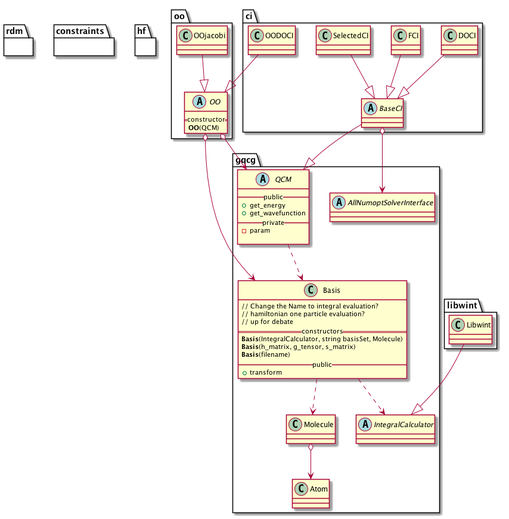
The PlantUML diagram docs/gqcg_UML_diagram.png in GQCG/GQCP, before a commit.
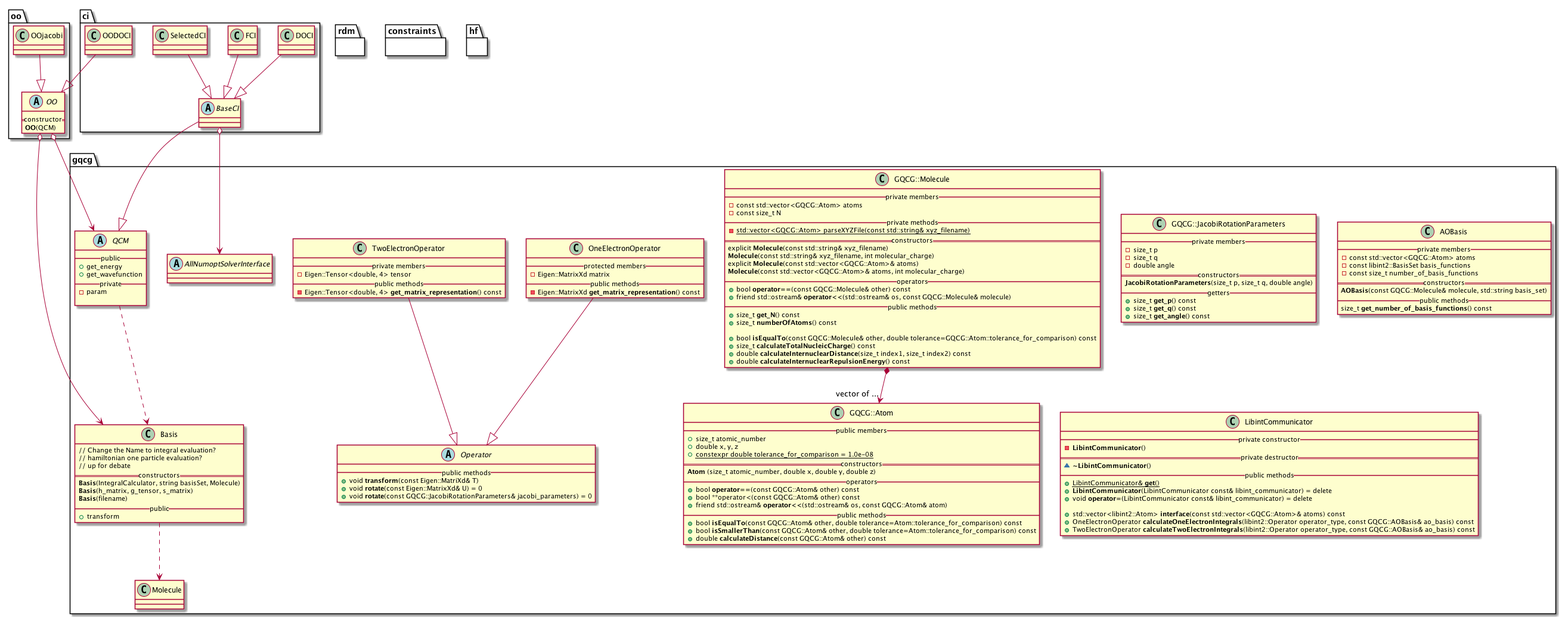
Later version of the same file.

What changed in the source:
```diff
@@ -2,9 +2,113 @@
 
 namespace gqcg {
 
-    class Atom
-    class Molecule
-    abstract class IntegralCalculator
+    class GQCG::Atom {
+        __ public members __
+            + size_t atomic_number
+            + double x, y, z
+            + {static} constexpr double tolerance_for_comparison = 1.0e-08
+        == constructors ==
+            **Atom** (size_t atomic_number, double x, double y, double z)
+        __ operators __
+            + bool **operator==**(const GQCG::Atom& other) const
+            + bool **operator<(const GQCG::Atom& other) const
+            + friend std::ostream& **operator<<**(std::ostream& os, const GQCG::Atom& atom)
+        __ public methods __
+            + bool **isEqualTo**(const GQCG::Atom& other, double tolerance=Atom::tolerance_for_comparison) const
+            + bool **isSmallerThan**(const GQCG::Atom& other, double tolerance=Atom::tolerance_for_comparison) const
+            + double **calculateDistance**(const GQCG::Atom& other) const
+    }
+
+    GQCG::Molecule *--> "vector of ..." GQCG::Atom
+    class GQCG::Molecule {
+        __ private members __
+            - const std::vector<GQCG::Atom> atoms
+            - const size_t N
+        __ private methods __
+            - {static} std::vector<GQCG::Atom> parseXYZFile(const std::string& xyz_filename)
+        == constructors ==
+            explicit **Molecule**(const std::string& xyz_filename)
+            **Molecule**(const std::string& xyz_filename, int molecular_charge)
+            explicit **Molecule**(const std::vector<GQCG::Atom>& atoms)
+            **Molecule**(const std::vector<GQCG::Atom>& atoms, int molecular_charge)
+        __ operators __
+            + bool **operator==**(const GQCG::Molecule& other) const
+            + friend std::ostream& **operator<<**(std::ostream& os, const GQCG::Molecule& molecule)
+        __ public methods __
+            + size_t **get_N**() const
+            + size_t **numberOfAtoms**() const
+
+            + bool **isEqualTo**(const GQCG::Molecule& other, double tolerance=GQCG::Atom::tolerance_for_comparison) const
+            + size_t **calculateTotalNucleicCharge**() const
+            + double **calculateInternuclearDistance**(size_t index1, size_t index2) const
+            + double **calculateInternuclearRepulsionEnergy**() const
+    }
+
+
+    class GQCG::JacobiRotationParameters {
+        __ private members __
+            - size_t p
+            - size_t q
+            - double angle
+        == constructors ==
+            **JacobiRotationParameters**(size_t p, size_t q, double angle)
+        __ getters __
+            + size_t **get_p**() const
+            + size_t **get_q**() const
+            + size_t **get_angle**() const
+    }
+
+
+    abstract class Operator {
+        __ public methods __
+            + void **transform**(const Eigen::MatriXd& T)
+            + void **rotate**(const Eigen::MatrixXd& U) = 0
+            + void **rotate**(const GQCG::JacobiRotationParameters& jacobi_parameters) = 0
+    }
+
+    OneElectronOperator --|> Operator
+    class OneElectronOperator {
+        __ protected members __
+            - Eigen::MatrixXd matrix
+        __ public methods __
+            - Eigen::MatrixXd **get_matrix_representation**() const
+    }
+
+    TwoElectronOperator --|> Operator
+    class TwoElectronOperator {
+        __ private members __
+            - Eigen::Tensor<double, 4> tensor
+        __ public methods __
+            - Eigen::Tensor<double, 4> **get_matrix_representation**() const
+    }
+
+    class AOBasis {
+        __ private members __
+            - const std::vector<GQCG::Atom> atoms
+            - const libint2::BasisSet basis_functions
+            - const size_t number_of_basis_functions
+        == constructors ==
+            **AOBasis**(const GQCG::Molecule& molecule, std::string basis_set)
+        __ public methods __
+            size_t **get_number_of_basis_functions**() const
+    }
+
+    class LibintCommunicator {
+        __ private constructor __
+            - **LibintCommunicator**()
+        == private destructor ==
+            ~ **~LibintCommunicator**()
+        __ public methods __
+            + {static} LibintCommunicator& **get**()
+            + **LibintCommunicator**(LibintCommunicator const& libint_communicator) = delete
+            + void **operator=**(LibintCommunicator const& libint_communicator) = delete
+
+            + std::vector<libint2::Atom> **interface**(const std::vector<GQCG::Atom>& atoms) const
+            + OneElectronOperator **calculateOneElectronIntegrals**(libint2::Operator operator_type, const GQCG::AOBasis& ao_basis) const
+            + TwoElectronOperator **calculateTwoElectronIntegrals**(libint2::Operator operator_type, const GQCG::AOBasis& ao_basis) const
+    }
+
+
     class Basis {
         // Change the Name to integral evaluation?
         // hamiltonian one particle evaluation?
@@ -27,21 +131,13 @@
     }
 
     abstract AllNumoptSolverInterface
+    gqcg.Basis ..> gqcg.Molecule
 
-    gqcg.Basis ..> gqcg.IntegralCalculator
-    gqcg.Basis ..> gqcg.Molecule
-    gqcg.Molecule o--> gqcg.Atom
     gqcg.QCM ..> gqcg.Basis
 
 
 
 }
-
-namespace libwint {
-    class Libwint
-}
-
-libwint.Libwint --|> gqcg.IntegralCalculator
 
 namespace oo {
     abstract class OO {
```
